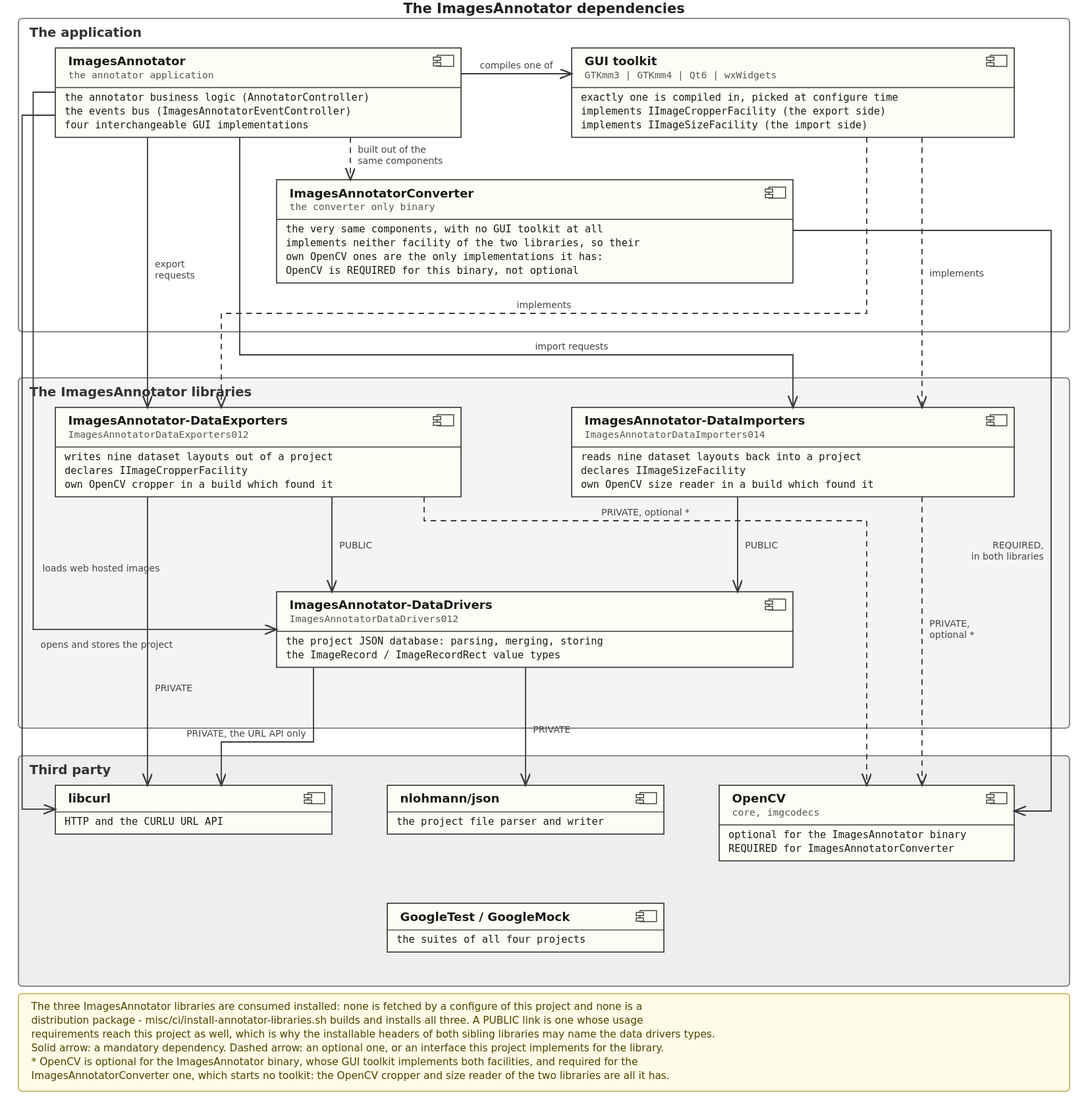
This is doc/diagrams/images/dependencies.svg from yuriysydor1991/ImagesAnnotator, a PlantUML export, as it was before one commit. Its source is kept beside it as doc/diagrams/plantuml/dependencies.puml.
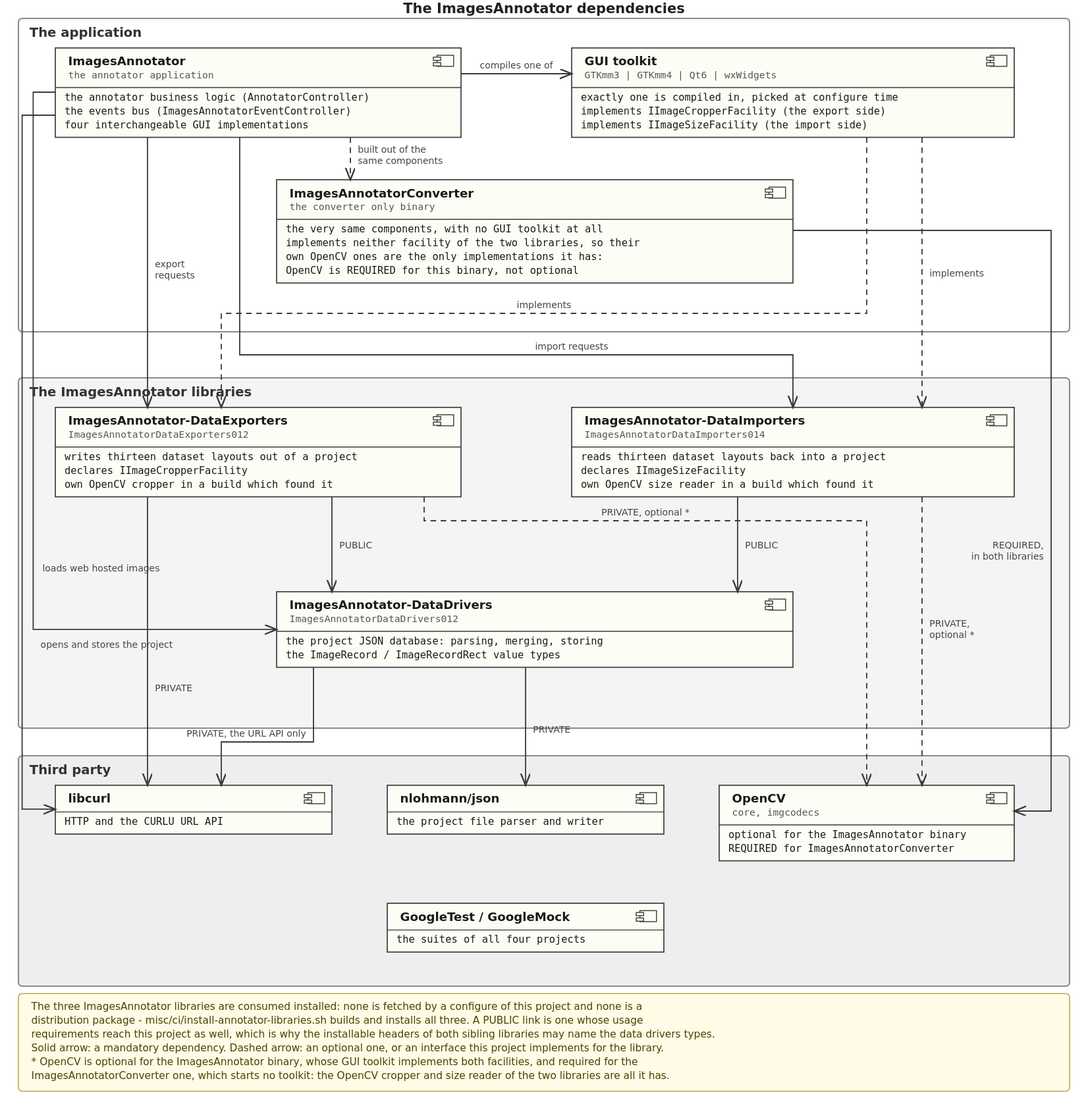
Above is the later version.

Diff of the diagram source:
```diff
@@ -43,14 +43,14 @@
 end note
 
 note bottom of IADE
-  Writes nine dataset layouts out of a project.
+  Writes thirteen dataset layouts out of a project.
   Declares IImageCropperFacility, and ships an
   OpenCV cropper of its own when the build
   found OpenCV.
 end note
 
 note bottom of IADI
-  Reads nine dataset layouts back into a
+  Reads thirteen dataset layouts back into a
   project. Declares IImageSizeFacility, and
   ships an OpenCV size reader of its own when
   the build found OpenCV.
```
